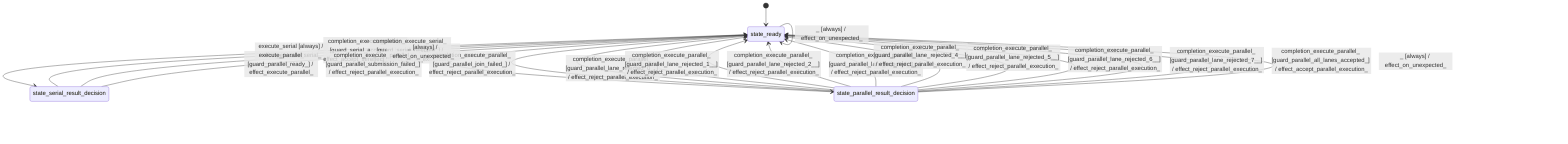
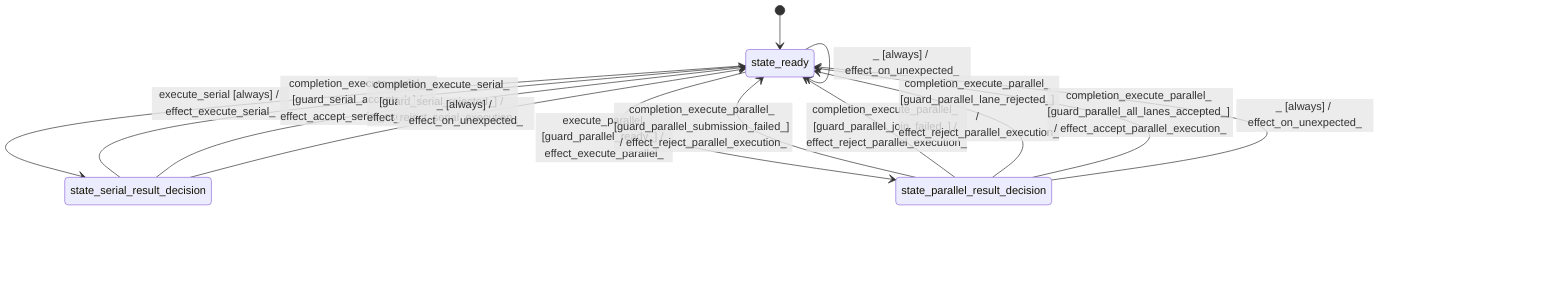
stateDiagram-v2
  direction TB
  [*] --> state_ready
  state_ready --> state_ready : configure_kernel_kind [always] / effect_configure_kernel_kind_
  state_ready --> state_serial_result_decision : execute_serial [always] / effect_execute_serial_
  state_serial_result_decision --> state_ready : completion_execute_serial_ [guard_serial_accepted_] / effect_accept_serial_execution_
  state_serial_result_decision --> state_ready : completion_execute_serial_ [guard_serial_rejected_] / effect_reject_serial_execution_
  state_ready --> state_parallel_result_decision : execute_parallel [guard_parallel_ready_] / effect_execute_parallel_
  state_ready --> state_ready : execute_parallel [guard_parallel_unavailable_] / effect_reject_parallel_execution_
  state_parallel_result_decision --> state_ready : completion_execute_parallel_ [guard_parallel_submission_failed_] / effect_reject_parallel_execution_
  state_parallel_result_decision --> state_ready : completion_execute_parallel_ [guard_parallel_join_failed_] / effect_reject_parallel_execution_
-   state_parallel_result_decision --> state_ready : completion_execute_parallel_ [guard_parallel_lane_rejected_0__] / effect_reject_parallel_execution_
-   state_parallel_result_decision --> state_ready : completion_execute_parallel_ [guard_parallel_lane_rejected_1__] / effect_reject_parallel_execution_
-   state_parallel_result_decision --> state_ready : completion_execute_parallel_ [guard_parallel_lane_rejected_2__] / effect_reject_parallel_execution_
-   state_parallel_result_decision --> state_ready : completion_execute_parallel_ [guard_parallel_lane_rejected_3__] / effect_reject_parallel_execution_
-   state_parallel_result_decision --> state_ready : completion_execute_parallel_ [guard_parallel_lane_rejected_4__] / effect_reject_parallel_execution_
-   state_parallel_result_decision --> state_ready : completion_execute_parallel_ [guard_parallel_lane_rejected_5__] / effect_reject_parallel_execution_
-   state_parallel_result_decision --> state_ready : completion_execute_parallel_ [guard_parallel_lane_rejected_6__] / effect_reject_parallel_execution_
-   state_parallel_result_decision --> state_ready : completion_execute_parallel_ [guard_parallel_lane_rejected_7__] / effect_reject_parallel_execution_
+   state_parallel_result_decision --> state_ready : completion_execute_parallel_ [guard_parallel_lane_rejected_] / effect_reject_parallel_execution_
  state_parallel_result_decision --> state_ready : completion_execute_parallel_ [guard_parallel_all_lanes_accepted_] / effect_accept_parallel_execution_
  state_ready --> state_ready : _ [always] / effect_on_unexpected_
  state_serial_result_decision --> state_ready : _ [always] / effect_on_unexpected_
  state_parallel_result_decision --> state_ready : _ [always] / effect_on_unexpected_
